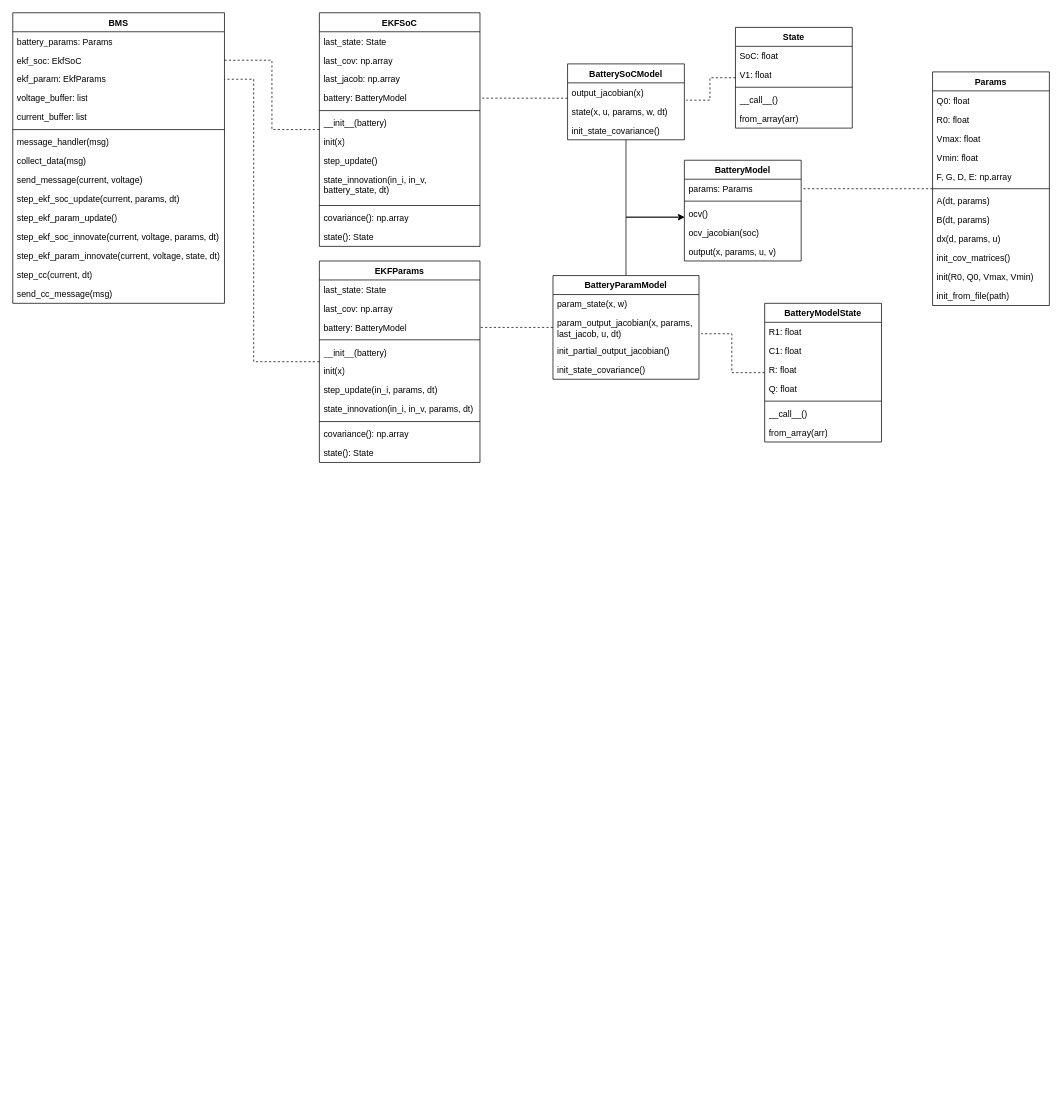
The draw.io diagram bms_architecture.drawio in PHentosh/draw_io_projects, before the edit. Source tidied: cells renumbered, new cells numbered last; positions are measured from the earlier drawing's top-left corner, leaving out a move shared by most shapes. Both pictures are drawn from the tidied source at 73%, with x=0, y=0 at pixel (12, 12).
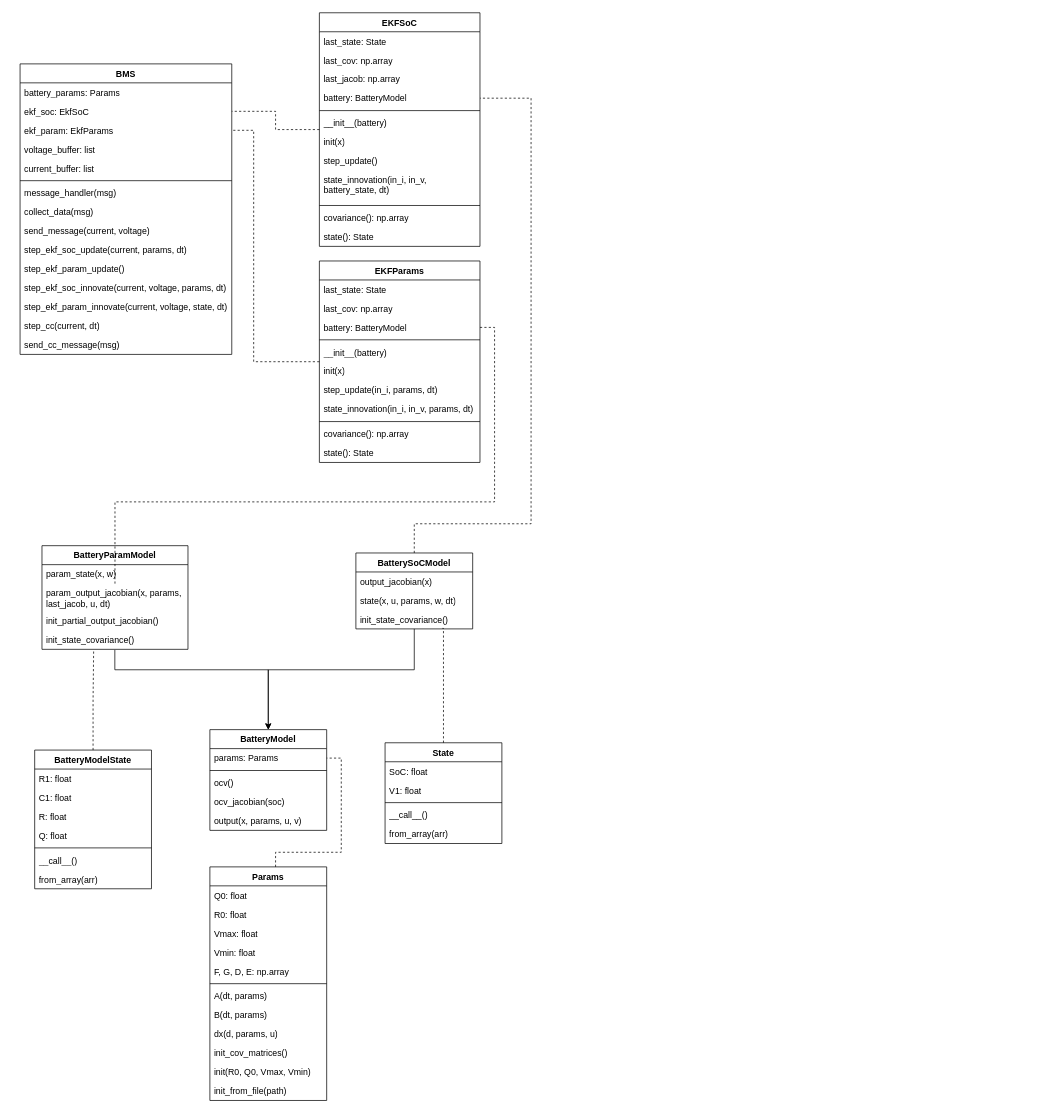
The same page after the edit.

The change refers to these unchanged cells:
```xml
<mxCell id="5" value="ekf_param: EkfParams" style="text;strokeColor=none;fillColor=none;align=left;verticalAlign=top;spacingLeft=4;spacingRight=4;overflow=hidden;points=[[0,0.5],[1,0.5]];portConstraint=eastwest;whiteSpace=wrap;html=1;" parent="2" vertex="1">
  <mxGeometry y="78" width="290" height="26" as="geometry" />
</mxCell>
<mxCell id="19" value="EKFParams" style="swimlane;fontStyle=1;align=center;verticalAlign=top;horizontal=1;startSize=26;whiteSpace=wrap;html=1;" parent="1" vertex="1">
  <mxGeometry x="420" y="340" width="220" height="276" as="geometry" />
</mxCell>
<mxCell id="22" value="battery: BatteryModel" style="text;strokeColor=none;fillColor=none;align=left;verticalAlign=top;spacingLeft=4;spacingRight=4;overflow=hidden;points=[[0,0.5],[1,0.5]];portConstraint=eastwest;whiteSpace=wrap;html=1;" parent="19" vertex="1">
  <mxGeometry y="78" width="220" height="26" as="geometry" />
</mxCell>
<mxCell id="36" value="battery: BatteryModel" style="text;strokeColor=none;fillColor=none;align=left;verticalAlign=top;spacingLeft=4;spacingRight=4;overflow=hidden;points=[[0,0.5],[1,0.5]];portConstraint=eastwest;whiteSpace=wrap;html=1;" parent="32" vertex="1">
  <mxGeometry y="104" width="220" height="26" as="geometry" />
</mxCell>
<mxCell id="47" value="output_jacobian(x)" style="text;strokeColor=none;fillColor=none;align=left;verticalAlign=top;spacingLeft=4;spacingRight=4;overflow=hidden;points=[[0,0.5],[1,0.5]];portConstraint=eastwest;whiteSpace=wrap;html=1;" parent="46" vertex="1">
  <mxGeometry y="26" width="160" height="26" as="geometry" />
</mxCell>
<mxCell id="49" value="init_state_covariance()" style="text;strokeColor=none;fillColor=none;align=left;verticalAlign=top;spacingLeft=4;spacingRight=4;overflow=hidden;points=[[0,0.5],[1,0.5]];portConstraint=eastwest;whiteSpace=wrap;html=1;" parent="46" vertex="1">
  <mxGeometry y="78" width="160" height="26" as="geometry" />
</mxCell>
<mxCell id="52" value="param_output_jacobian(x, params, last_jacob, u, dt)" style="text;strokeColor=none;fillColor=none;align=left;verticalAlign=top;spacingLeft=4;spacingRight=4;overflow=hidden;points=[[0,0.5],[1,0.5]];portConstraint=eastwest;whiteSpace=wrap;html=1;" parent="50" vertex="1">
  <mxGeometry y="52" width="200" height="38" as="geometry" />
</mxCell>
<mxCell id="54" value="init_state_covariance()" style="text;strokeColor=none;fillColor=none;align=left;verticalAlign=top;spacingLeft=4;spacingRight=4;overflow=hidden;points=[[0,0.5],[1,0.5]];portConstraint=eastwest;whiteSpace=wrap;html=1;" parent="50" vertex="1">
  <mxGeometry y="116" width="200" height="26" as="geometry" />
</mxCell>
<mxCell id="58" value="params: Params" style="text;strokeColor=none;fillColor=none;align=left;verticalAlign=top;spacingLeft=4;spacingRight=4;overflow=hidden;points=[[0,0.5],[1,0.5]];portConstraint=eastwest;whiteSpace=wrap;html=1;" parent="57" vertex="1">
  <mxGeometry y="26" width="160" height="26" as="geometry" />
</mxCell>
```

Change to the diagram source:
```diff
@@
     <mxCell id="2" value="BMS" style="swimlane;fontStyle=1;align=center;verticalAlign=top;horizontal=1;startSize=26;whiteSpace=wrap;html=1;" parent="1" vertex="1">
-      <mxGeometry width="290" height="398" as="geometry" />
+      <mxGeometry x="10" y="70" width="290" height="398" as="geometry" />
     </mxCell>
@@
     <mxCell id="18" style="edgeStyle=orthogonalEdgeStyle;rounded=0;jettySize=auto;html=1;entryX=1;entryY=0.5;entryDx=0;entryDy=0;endArrow=none;startFill=0;dashed=1;" parent="1" edge="1" source="19" target="5">
       <mxGeometry relative="1" as="geometry">
         <Array as="points">
           <mxPoint x="330" y="478" />
-          <mxPoint x="330" y="91" />
+          <mxPoint x="330" y="161" />
         </Array>
       </mxGeometry>
     </mxCell>
@@
     <mxCell id="45" style="edgeStyle=orthogonalEdgeStyle;rounded=0;jettySize=auto;html=1;entryX=1;entryY=0.5;entryDx=0;entryDy=0;dashed=1;endArrow=none;startFill=0;" parent="1" edge="1" source="46" target="36">
       <mxGeometry relative="1" as="geometry">
         <Array as="points">
-          <mxPoint x="810" y="117" />
-          <mxPoint x="810" y="117" />
+          <mxPoint x="550" y="700" />
+          <mxPoint x="710" y="700" />
+          <mxPoint x="710" y="117" />
         </Array>
       </mxGeometry>
     </mxCell>
     <mxCell id="46" value="BatterySoCModel" style="swimlane;fontStyle=1;align=center;verticalAlign=top;horizontal=1;startSize=26;whiteSpace=wrap;html=1;" parent="1" vertex="1">
-      <mxGeometry x="760" y="70" width="160" height="104" as="geometry" />
+      <mxGeometry x="470" y="740" width="160" height="104" as="geometry" />
     </mxCell>
@@
     <mxCell id="50" value="BatteryParamModel" style="swimlane;fontStyle=1;align=center;verticalAlign=top;horizontal=1;startSize=26;whiteSpace=wrap;html=1;" parent="1" vertex="1">
-      <mxGeometry x="740" y="360" width="200" height="142" as="geometry" />
+      <mxGeometry x="40" y="730" width="200" height="142" as="geometry" />
     </mxCell>
@@
     <mxCell id="55" style="edgeStyle=orthogonalEdgeStyle;rounded=0;jettySize=auto;html=1;endArrow=none;endFill=1;startFill=1;startArrow=classic;" parent="1" edge="1" source="57" target="46">
       <mxGeometry relative="1" as="geometry">
         <Array as="points">
-          <mxPoint x="840" y="280" />
+          <mxPoint x="350" y="900" />
         </Array>
       </mxGeometry>
     </mxCell>
-    <mxCell id="56" style="edgeStyle=orthogonalEdgeStyle;rounded=0;jettySize=auto;html=1;entryX=0.5;entryY=0;entryDx=0;entryDy=0;endArrow=none;startFill=1;startArrow=classic;" parent="1" edge="1" source="57" target="50">
+    <mxCell id="56" style="edgeStyle=orthogonalEdgeStyle;rounded=0;jettySize=auto;html=1;endArrow=none;startFill=1;startArrow=classic;entryX=0.499;entryY=1.028;entryDx=0;entryDy=0;entryPerimeter=0;" parent="1" edge="1" source="57" target="54">
       <mxGeometry relative="1" as="geometry">
         <Array as="points">
-          <mxPoint x="840" y="280" />
+          <mxPoint x="350" y="900" />
+          <mxPoint x="140" y="900" />
         </Array>
       </mxGeometry>
     </mxCell>
     <mxCell id="57" value="BatteryModel" style="swimlane;fontStyle=1;align=center;verticalAlign=top;horizontal=1;startSize=26;whiteSpace=wrap;html=1;" parent="1" vertex="1">
-      <mxGeometry x="920" y="202" width="160" height="138" as="geometry" />
+      <mxGeometry x="270" y="982" width="160" height="138" as="geometry" />
     </mxCell>
@@
     <mxCell id="63" value="State" style="swimlane;fontStyle=1;align=center;verticalAlign=top;horizontal=1;startSize=26;whiteSpace=wrap;html=1;" parent="1" vertex="1">
-      <mxGeometry x="990" y="20" width="160" height="138" as="geometry" />
+      <mxGeometry x="510" y="1000" width="160" height="138" as="geometry" />
     </mxCell>
@@
     <mxCell id="69" value="BatteryModelState" style="swimlane;fontStyle=1;align=center;verticalAlign=top;horizontal=1;startSize=26;whiteSpace=wrap;html=1;" parent="1" vertex="1">
-      <mxGeometry x="1030" y="398" width="160" height="190" as="geometry" />
+      <mxGeometry x="30" y="1010" width="160" height="190" as="geometry" />
     </mxCell>
@@
     <mxCell id="77" style="edgeStyle=orthogonalEdgeStyle;rounded=0;jettySize=auto;html=1;entryX=1;entryY=0.5;entryDx=0;entryDy=0;endArrow=none;startFill=0;dashed=1;" parent="1" edge="1" source="78" target="58">
-      <mxGeometry relative="1" as="geometry" />
+      <mxGeometry relative="1" as="geometry">
+        <Array as="points">
+          <mxPoint x="360" y="1150" />
+          <mxPoint x="450" y="1150" />
+          <mxPoint x="450" y="1021" />
+        </Array>
+      </mxGeometry>
     </mxCell>
     <mxCell id="78" value="Params" style="swimlane;fontStyle=1;align=center;verticalAlign=top;horizontal=1;startSize=26;whiteSpace=wrap;html=1;" parent="1" vertex="1">
-      <mxGeometry x="1260" y="81" width="160" height="320" as="geometry" />
+      <mxGeometry x="270" y="1170" width="160" height="320" as="geometry" />
     </mxCell>
@@
     <mxCell id="91" style="edgeStyle=orthogonalEdgeStyle;rounded=0;jettySize=auto;html=1;entryX=1;entryY=0.5;entryDx=0;entryDy=0;endArrow=none;startFill=0;dashed=1;" parent="1" edge="1" source="52" target="22">
-      <mxGeometry relative="1" as="geometry" />
+      <mxGeometry relative="1" as="geometry">
+        <Array as="points">
+          <mxPoint x="140" y="670" />
+          <mxPoint x="660" y="670" />
+          <mxPoint x="660" y="431" />
+        </Array>
+      </mxGeometry>
     </mxCell>
-    <mxCell id="92" style="edgeStyle=orthogonalEdgeStyle;rounded=0;jettySize=auto;html=1;entryX=1.015;entryY=0.911;entryDx=0;entryDy=0;entryPerimeter=0;dashed=1;endArrow=none;startFill=0;" parent="1" edge="1" source="63" target="47">
-      <mxGeometry relative="1" as="geometry" />
+    <mxCell id="92" style="edgeStyle=orthogonalEdgeStyle;rounded=0;jettySize=auto;html=1;dashed=1;endArrow=none;startFill=0;entryX=0.741;entryY=0.974;entryDx=0;entryDy=0;entryPerimeter=0;" parent="1" edge="1" source="63" target="49">
+      <mxGeometry relative="1" as="geometry">
+        <Array as="points">
+          <mxPoint x="590" y="843" />
+        </Array>
+      </mxGeometry>
     </mxCell>
-    <mxCell id="93" style="edgeStyle=orthogonalEdgeStyle;rounded=0;jettySize=auto;html=1;entryX=1.015;entryY=0.729;entryDx=0;entryDy=0;entryPerimeter=0;endArrow=none;startFill=0;dashed=1;" parent="1" edge="1" source="69" target="52">
+    <mxCell id="93" style="edgeStyle=orthogonalEdgeStyle;rounded=0;jettySize=auto;html=1;endArrow=none;startFill=0;dashed=1;entryX=0.354;entryY=1.018;entryDx=0;entryDy=0;entryPerimeter=0;" parent="1" edge="1" source="69" target="54">
       <mxGeometry relative="1" as="geometry" />
     </mxCell>
```
